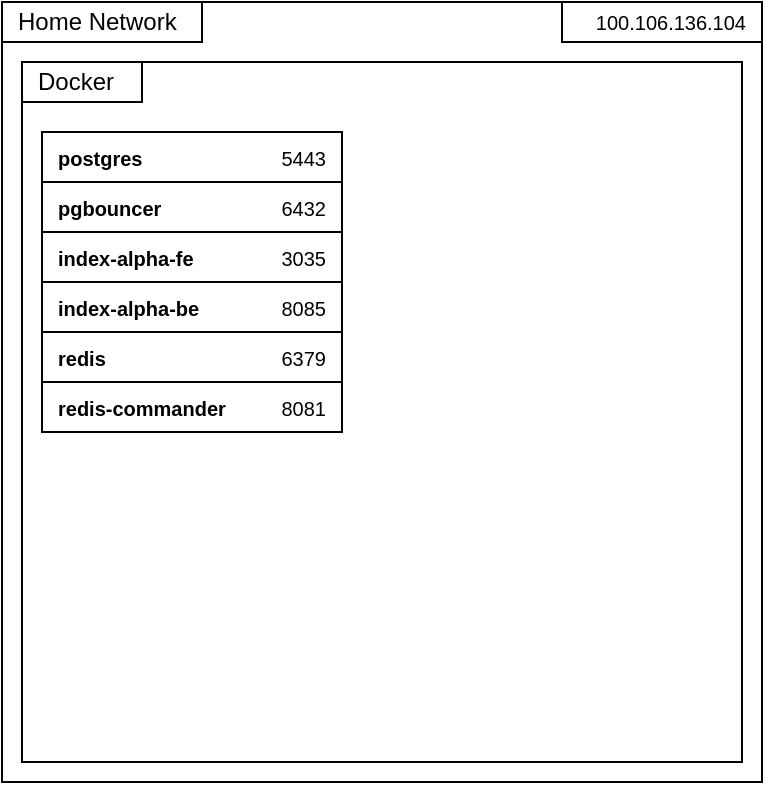
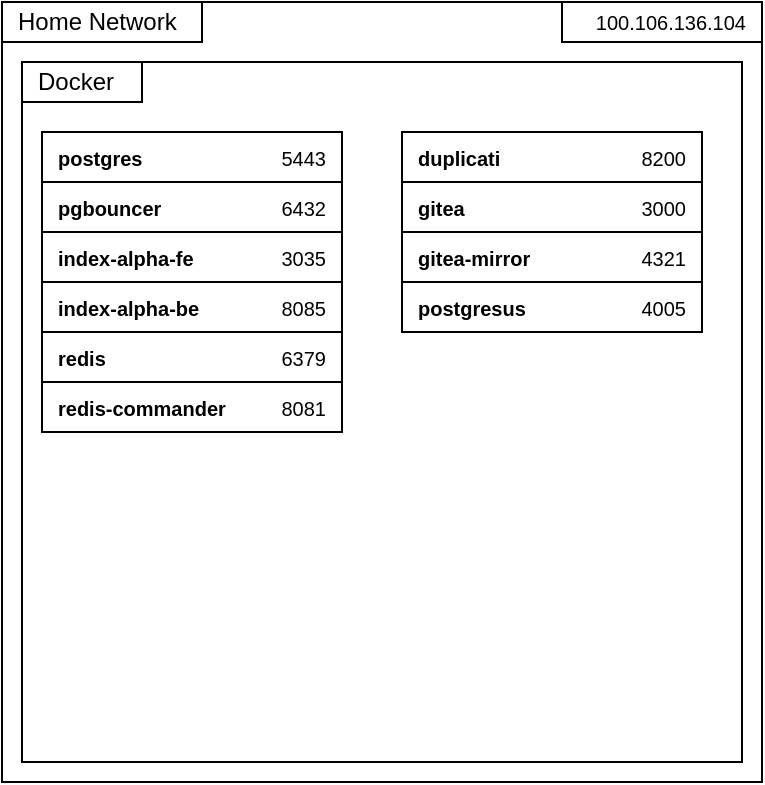
<mxfile host="app.diagrams.net">
  <diagram name="Page-1" id="EqAcxWxWpPEczBTcAObV">
-     <mxGraphModel dx="947" dy="502" grid="1" gridSize="10" guides="1" tooltips="1" connect="1" arrows="1" fold="1" page="1" pageScale="1" pageWidth="850" pageHeight="1100" math="0" shadow="0">
+     <mxGraphModel dx="549" dy="291" grid="1" gridSize="10" guides="1" tooltips="1" connect="1" arrows="1" fold="1" page="1" pageScale="1" pageWidth="850" pageHeight="1100" math="0" shadow="0">
      <root>
        <mxCell id="0" />
        <mxCell id="1" parent="0" />
        <mxCell id="tyjjsNKJ7kBHK_1WbMmb-1" parent="1" style="rounded=0;whiteSpace=wrap;html=1;" value="" vertex="1">
          <mxGeometry height="390" width="380" x="50" y="60" as="geometry" />
        </mxCell>
        <mxCell id="tyjjsNKJ7kBHK_1WbMmb-18" parent="1" style="rounded=0;whiteSpace=wrap;html=1;" value="" vertex="1">
          <mxGeometry height="350" width="360" x="60" y="90" as="geometry" />
        </mxCell>
        <mxCell id="tyjjsNKJ7kBHK_1WbMmb-3" parent="1" style="rounded=0;whiteSpace=wrap;html=1;" value="" vertex="1">
          <mxGeometry height="20" width="100" x="50" y="60" as="geometry" />
        </mxCell>
        <mxCell id="tyjjsNKJ7kBHK_1WbMmb-2" parent="1" style="text;html=1;whiteSpace=wrap;strokeColor=none;fillColor=none;align=left;verticalAlign=middle;rounded=0;spacingLeft=6;" value="Home Network" vertex="1">
          <mxGeometry height="20" width="100" x="50" y="60" as="geometry" />
        </mxCell>
        <mxCell id="tyjjsNKJ7kBHK_1WbMmb-19" parent="1" style="rounded=0;whiteSpace=wrap;html=1;" value="" vertex="1">
          <mxGeometry height="20" width="60" x="60" y="90" as="geometry" />
        </mxCell>
        <mxCell id="tyjjsNKJ7kBHK_1WbMmb-20" parent="1" style="text;html=1;whiteSpace=wrap;strokeColor=none;fillColor=none;align=left;verticalAlign=middle;rounded=0;spacingLeft=6;" value="Docker" vertex="1">
          <mxGeometry height="20" width="50" x="60" y="90" as="geometry" />
        </mxCell>
        <mxCell id="tyjjsNKJ7kBHK_1WbMmb-28" parent="1" style="rounded=0;whiteSpace=wrap;html=1;align=right;" value="" vertex="1">
          <mxGeometry height="20" width="100" x="330" y="60" as="geometry" />
        </mxCell>
        <mxCell id="tyjjsNKJ7kBHK_1WbMmb-29" parent="1" style="text;html=1;whiteSpace=wrap;strokeColor=none;fillColor=none;align=right;verticalAlign=middle;rounded=0;spacingLeft=6;spacingRight=6;" value="&lt;span style=&quot;font-size: 10px; text-align: center;&quot;&gt;100.106.136.104&lt;/span&gt;" vertex="1">
          <mxGeometry height="20" width="100" x="330" y="60" as="geometry" />
        </mxCell>
        <mxCell id="tyjjsNKJ7kBHK_1WbMmb-48" connectable="0" parent="1" style="group" value="" vertex="1">
          <mxGeometry height="25" width="150" x="70" y="250" as="geometry" />
        </mxCell>
        <mxCell id="tyjjsNKJ7kBHK_1WbMmb-44" parent="tyjjsNKJ7kBHK_1WbMmb-48" style="rounded=0;whiteSpace=wrap;html=1;" value="" vertex="1">
          <mxGeometry height="25" width="150" as="geometry" />
        </mxCell>
        <mxCell id="tyjjsNKJ7kBHK_1WbMmb-45" parent="tyjjsNKJ7kBHK_1WbMmb-48" style="text;html=1;whiteSpace=wrap;strokeColor=none;fillColor=none;align=left;verticalAlign=middle;rounded=0;fontStyle=1;spacingRight=6;spacingLeft=6;" value="&lt;font style=&quot;font-size: 10px;&quot;&gt;redis-commander&lt;/font&gt;" vertex="1">
          <mxGeometry height="20" width="100" y="2.5" as="geometry" />
        </mxCell>
        <mxCell id="tyjjsNKJ7kBHK_1WbMmb-46" parent="tyjjsNKJ7kBHK_1WbMmb-48" style="text;html=1;whiteSpace=wrap;strokeColor=none;fillColor=none;align=right;verticalAlign=middle;rounded=0;spacingRight=6;spacingLeft=6;" value="&lt;font style=&quot;font-size: 10px;&quot;&gt;8081&lt;/font&gt;" vertex="1">
          <mxGeometry height="20" width="40" x="110" y="2.5" as="geometry" />
        </mxCell>
        <mxCell id="tyjjsNKJ7kBHK_1WbMmb-49" connectable="0" parent="1" style="group" value="" vertex="1">
          <mxGeometry height="25" width="150" x="70" y="225" as="geometry" />
        </mxCell>
        <mxCell id="tyjjsNKJ7kBHK_1WbMmb-41" parent="tyjjsNKJ7kBHK_1WbMmb-49" style="rounded=0;whiteSpace=wrap;html=1;" value="" vertex="1">
          <mxGeometry height="25" width="150" as="geometry" />
        </mxCell>
        <mxCell id="tyjjsNKJ7kBHK_1WbMmb-42" parent="tyjjsNKJ7kBHK_1WbMmb-49" style="text;html=1;whiteSpace=wrap;strokeColor=none;fillColor=none;align=left;verticalAlign=middle;rounded=0;fontStyle=1;spacingRight=6;spacingLeft=6;" value="&lt;font style=&quot;font-size: 10px;&quot;&gt;redis&lt;/font&gt;" vertex="1">
          <mxGeometry height="20" width="100" y="2.5" as="geometry" />
        </mxCell>
        <mxCell id="tyjjsNKJ7kBHK_1WbMmb-43" parent="tyjjsNKJ7kBHK_1WbMmb-49" style="text;html=1;whiteSpace=wrap;strokeColor=none;fillColor=none;align=right;verticalAlign=middle;rounded=0;spacingRight=6;spacingLeft=6;" value="&lt;font style=&quot;font-size: 10px;&quot;&gt;6379&lt;/font&gt;" vertex="1">
          <mxGeometry height="20" width="40" x="110" y="2.5" as="geometry" />
        </mxCell>
        <mxCell id="tyjjsNKJ7kBHK_1WbMmb-50" connectable="0" parent="1" style="group" value="" vertex="1">
          <mxGeometry height="25" width="150" x="70" y="200" as="geometry" />
        </mxCell>
        <mxCell id="tyjjsNKJ7kBHK_1WbMmb-38" parent="tyjjsNKJ7kBHK_1WbMmb-50" style="rounded=0;whiteSpace=wrap;html=1;" value="" vertex="1">
          <mxGeometry height="25" width="150" as="geometry" />
        </mxCell>
        <mxCell id="tyjjsNKJ7kBHK_1WbMmb-39" parent="tyjjsNKJ7kBHK_1WbMmb-50" style="text;html=1;whiteSpace=wrap;strokeColor=none;fillColor=none;align=left;verticalAlign=middle;rounded=0;fontStyle=1;spacingRight=6;spacingLeft=6;" value="&lt;font style=&quot;font-size: 10px;&quot;&gt;index-alpha-be&lt;/font&gt;" vertex="1">
          <mxGeometry height="20" width="100" y="2.5" as="geometry" />
        </mxCell>
        <mxCell id="tyjjsNKJ7kBHK_1WbMmb-40" parent="tyjjsNKJ7kBHK_1WbMmb-50" style="text;html=1;whiteSpace=wrap;strokeColor=none;fillColor=none;align=right;verticalAlign=middle;rounded=0;spacingRight=6;spacingLeft=6;" value="&lt;font style=&quot;font-size: 10px;&quot;&gt;8085&lt;/font&gt;" vertex="1">
          <mxGeometry height="20" width="40" x="110" y="2.5" as="geometry" />
        </mxCell>
        <mxCell id="tyjjsNKJ7kBHK_1WbMmb-51" connectable="0" parent="1" style="group" value="" vertex="1">
          <mxGeometry height="25" width="150" x="70" y="175" as="geometry" />
        </mxCell>
        <mxCell id="tyjjsNKJ7kBHK_1WbMmb-35" parent="tyjjsNKJ7kBHK_1WbMmb-51" style="rounded=0;whiteSpace=wrap;html=1;" value="" vertex="1">
          <mxGeometry height="25" width="150" as="geometry" />
        </mxCell>
        <mxCell id="tyjjsNKJ7kBHK_1WbMmb-36" parent="tyjjsNKJ7kBHK_1WbMmb-51" style="text;html=1;whiteSpace=wrap;strokeColor=none;fillColor=none;align=left;verticalAlign=middle;rounded=0;fontStyle=1;spacingRight=6;spacingLeft=6;" value="&lt;font style=&quot;font-size: 10px;&quot;&gt;index-alpha-fe&lt;/font&gt;" vertex="1">
          <mxGeometry height="20" width="100" y="2.5" as="geometry" />
        </mxCell>
        <mxCell id="tyjjsNKJ7kBHK_1WbMmb-37" parent="tyjjsNKJ7kBHK_1WbMmb-51" style="text;html=1;whiteSpace=wrap;strokeColor=none;fillColor=none;align=right;verticalAlign=middle;rounded=0;spacingRight=6;spacingLeft=6;" value="&lt;font style=&quot;font-size: 10px;&quot;&gt;3035&lt;/font&gt;" vertex="1">
          <mxGeometry height="20" width="40" x="110" y="2.5" as="geometry" />
        </mxCell>
        <mxCell id="tyjjsNKJ7kBHK_1WbMmb-52" connectable="0" parent="1" style="group" value="" vertex="1">
          <mxGeometry height="25" width="150" x="70" y="150" as="geometry" />
        </mxCell>
        <mxCell id="tyjjsNKJ7kBHK_1WbMmb-32" parent="tyjjsNKJ7kBHK_1WbMmb-52" style="rounded=0;whiteSpace=wrap;html=1;" value="" vertex="1">
          <mxGeometry height="25" width="150" as="geometry" />
        </mxCell>
        <mxCell id="tyjjsNKJ7kBHK_1WbMmb-33" parent="tyjjsNKJ7kBHK_1WbMmb-52" style="text;html=1;whiteSpace=wrap;strokeColor=none;fillColor=none;align=left;verticalAlign=middle;rounded=0;fontStyle=1;spacingRight=6;spacingLeft=6;" value="&lt;font style=&quot;font-size: 10px;&quot;&gt;pgbouncer&lt;/font&gt;" vertex="1">
          <mxGeometry height="20" width="100" y="2.5" as="geometry" />
        </mxCell>
        <mxCell id="tyjjsNKJ7kBHK_1WbMmb-34" parent="tyjjsNKJ7kBHK_1WbMmb-52" style="text;html=1;whiteSpace=wrap;strokeColor=none;fillColor=none;align=right;verticalAlign=middle;rounded=0;spacingRight=6;spacingLeft=6;" value="&lt;font style=&quot;font-size: 10px;&quot;&gt;6432&lt;/font&gt;" vertex="1">
          <mxGeometry height="20" width="40" x="110" y="2.5" as="geometry" />
        </mxCell>
        <mxCell id="tyjjsNKJ7kBHK_1WbMmb-53" connectable="0" parent="1" style="group" value="" vertex="1">
          <mxGeometry height="25" width="150" x="70" y="125" as="geometry" />
        </mxCell>
        <mxCell id="tyjjsNKJ7kBHK_1WbMmb-5" parent="tyjjsNKJ7kBHK_1WbMmb-53" style="rounded=0;whiteSpace=wrap;html=1;" value="" vertex="1">
          <mxGeometry height="25" width="150" as="geometry" />
        </mxCell>
        <mxCell id="tyjjsNKJ7kBHK_1WbMmb-6" parent="tyjjsNKJ7kBHK_1WbMmb-53" style="text;html=1;whiteSpace=wrap;strokeColor=none;fillColor=none;align=left;verticalAlign=middle;rounded=0;fontStyle=1;spacingRight=6;spacingLeft=6;" value="&lt;font style=&quot;font-size: 10px;&quot;&gt;postgres&lt;/font&gt;" vertex="1">
          <mxGeometry height="20" width="100" y="2.5" as="geometry" />
        </mxCell>
        <mxCell id="tyjjsNKJ7kBHK_1WbMmb-7" parent="tyjjsNKJ7kBHK_1WbMmb-53" style="text;html=1;whiteSpace=wrap;strokeColor=none;fillColor=none;align=right;verticalAlign=middle;rounded=0;spacingRight=6;spacingLeft=6;" value="&lt;font style=&quot;font-size: 10px;&quot;&gt;5443&lt;/font&gt;" vertex="1">
          <mxGeometry height="20" width="40" x="110" y="2.5" as="geometry" />
        </mxCell>
+         <mxCell id="tyjjsNKJ7kBHK_1WbMmb-54" connectable="0" parent="1" style="group" value="" vertex="1">
+           <mxGeometry height="25" width="150" x="250" y="125" as="geometry" />
+         </mxCell>
+         <mxCell id="tyjjsNKJ7kBHK_1WbMmb-55" parent="tyjjsNKJ7kBHK_1WbMmb-54" style="rounded=0;whiteSpace=wrap;html=1;" value="" vertex="1">
+           <mxGeometry height="25" width="150" as="geometry" />
+         </mxCell>
+         <mxCell id="tyjjsNKJ7kBHK_1WbMmb-56" parent="tyjjsNKJ7kBHK_1WbMmb-54" style="text;html=1;whiteSpace=wrap;strokeColor=none;fillColor=none;align=left;verticalAlign=middle;rounded=0;fontStyle=1;spacingRight=6;spacingLeft=6;" value="&lt;font style=&quot;font-size: 10px;&quot;&gt;duplicati&lt;/font&gt;" vertex="1">
+           <mxGeometry height="20" width="100" y="2.5" as="geometry" />
+         </mxCell>
+         <mxCell id="tyjjsNKJ7kBHK_1WbMmb-57" parent="tyjjsNKJ7kBHK_1WbMmb-54" style="text;html=1;whiteSpace=wrap;strokeColor=none;fillColor=none;align=right;verticalAlign=middle;rounded=0;spacingRight=6;spacingLeft=6;" value="&lt;font style=&quot;font-size: 10px;&quot;&gt;8200&lt;/font&gt;" vertex="1">
+           <mxGeometry height="20" width="40" x="110" y="2.5" as="geometry" />
+         </mxCell>
+         <mxCell id="tyjjsNKJ7kBHK_1WbMmb-58" connectable="0" parent="1" style="group" value="" vertex="1">
+           <mxGeometry height="25" width="150" x="250" y="150" as="geometry" />
+         </mxCell>
+         <mxCell id="tyjjsNKJ7kBHK_1WbMmb-59" parent="tyjjsNKJ7kBHK_1WbMmb-58" style="rounded=0;whiteSpace=wrap;html=1;" value="" vertex="1">
+           <mxGeometry height="25" width="150" as="geometry" />
+         </mxCell>
+         <mxCell id="tyjjsNKJ7kBHK_1WbMmb-60" parent="tyjjsNKJ7kBHK_1WbMmb-58" style="text;html=1;whiteSpace=wrap;strokeColor=none;fillColor=none;align=left;verticalAlign=middle;rounded=0;fontStyle=1;spacingRight=6;spacingLeft=6;" value="&lt;font style=&quot;font-size: 10px;&quot;&gt;gitea&lt;/font&gt;" vertex="1">
+           <mxGeometry height="20" width="100" y="2.5" as="geometry" />
+         </mxCell>
+         <mxCell id="tyjjsNKJ7kBHK_1WbMmb-61" parent="tyjjsNKJ7kBHK_1WbMmb-58" style="text;html=1;whiteSpace=wrap;strokeColor=none;fillColor=none;align=right;verticalAlign=middle;rounded=0;spacingRight=6;spacingLeft=6;" value="&lt;font style=&quot;font-size: 10px;&quot;&gt;3000&lt;/font&gt;" vertex="1">
+           <mxGeometry height="20" width="40" x="110" y="2.5" as="geometry" />
+         </mxCell>
+         <mxCell id="tyjjsNKJ7kBHK_1WbMmb-62" connectable="0" parent="1" style="group" value="" vertex="1">
+           <mxGeometry height="25" width="150" x="250" y="175" as="geometry" />
+         </mxCell>
+         <mxCell id="tyjjsNKJ7kBHK_1WbMmb-63" parent="tyjjsNKJ7kBHK_1WbMmb-62" style="rounded=0;whiteSpace=wrap;html=1;" value="" vertex="1">
+           <mxGeometry height="25" width="150" as="geometry" />
+         </mxCell>
+         <mxCell id="tyjjsNKJ7kBHK_1WbMmb-64" parent="tyjjsNKJ7kBHK_1WbMmb-62" style="text;html=1;whiteSpace=wrap;strokeColor=none;fillColor=none;align=left;verticalAlign=middle;rounded=0;fontStyle=1;spacingRight=6;spacingLeft=6;" value="&lt;div&gt;&lt;span style=&quot;font-size: 10px;&quot;&gt;gitea-mirror&lt;/span&gt;&lt;/div&gt;" vertex="1">
+           <mxGeometry height="20" width="100" y="2.5" as="geometry" />
+         </mxCell>
+         <mxCell id="tyjjsNKJ7kBHK_1WbMmb-65" parent="tyjjsNKJ7kBHK_1WbMmb-62" style="text;html=1;whiteSpace=wrap;strokeColor=none;fillColor=none;align=right;verticalAlign=middle;rounded=0;spacingRight=6;spacingLeft=6;" value="&lt;font style=&quot;font-size: 10px;&quot;&gt;4321&lt;/font&gt;" vertex="1">
+           <mxGeometry height="20" width="40" x="110" y="2.5" as="geometry" />
+         </mxCell>
+         <mxCell id="tyjjsNKJ7kBHK_1WbMmb-66" connectable="0" parent="1" style="group" value="" vertex="1">
+           <mxGeometry height="25" width="150" x="250" y="200" as="geometry" />
+         </mxCell>
+         <mxCell id="tyjjsNKJ7kBHK_1WbMmb-67" parent="tyjjsNKJ7kBHK_1WbMmb-66" style="rounded=0;whiteSpace=wrap;html=1;" value="" vertex="1">
+           <mxGeometry height="25" width="150" as="geometry" />
+         </mxCell>
+         <mxCell id="tyjjsNKJ7kBHK_1WbMmb-68" parent="tyjjsNKJ7kBHK_1WbMmb-66" style="text;html=1;whiteSpace=wrap;strokeColor=none;fillColor=none;align=left;verticalAlign=middle;rounded=0;fontStyle=1;spacingRight=6;spacingLeft=6;" value="&lt;div&gt;&lt;span style=&quot;font-size: 10px;&quot;&gt;postgresus&lt;/span&gt;&lt;/div&gt;" vertex="1">
+           <mxGeometry height="20" width="100" y="2.5" as="geometry" />
+         </mxCell>
+         <mxCell id="tyjjsNKJ7kBHK_1WbMmb-69" parent="tyjjsNKJ7kBHK_1WbMmb-66" style="text;html=1;whiteSpace=wrap;strokeColor=none;fillColor=none;align=right;verticalAlign=middle;rounded=0;spacingRight=6;spacingLeft=6;" value="&lt;font style=&quot;font-size: 10px;&quot;&gt;4005&lt;/font&gt;" vertex="1">
+           <mxGeometry height="20" width="40" x="110" y="2.5" as="geometry" />
+         </mxCell>
      </root>
    </mxGraphModel>
  </diagram>
</mxfile>
